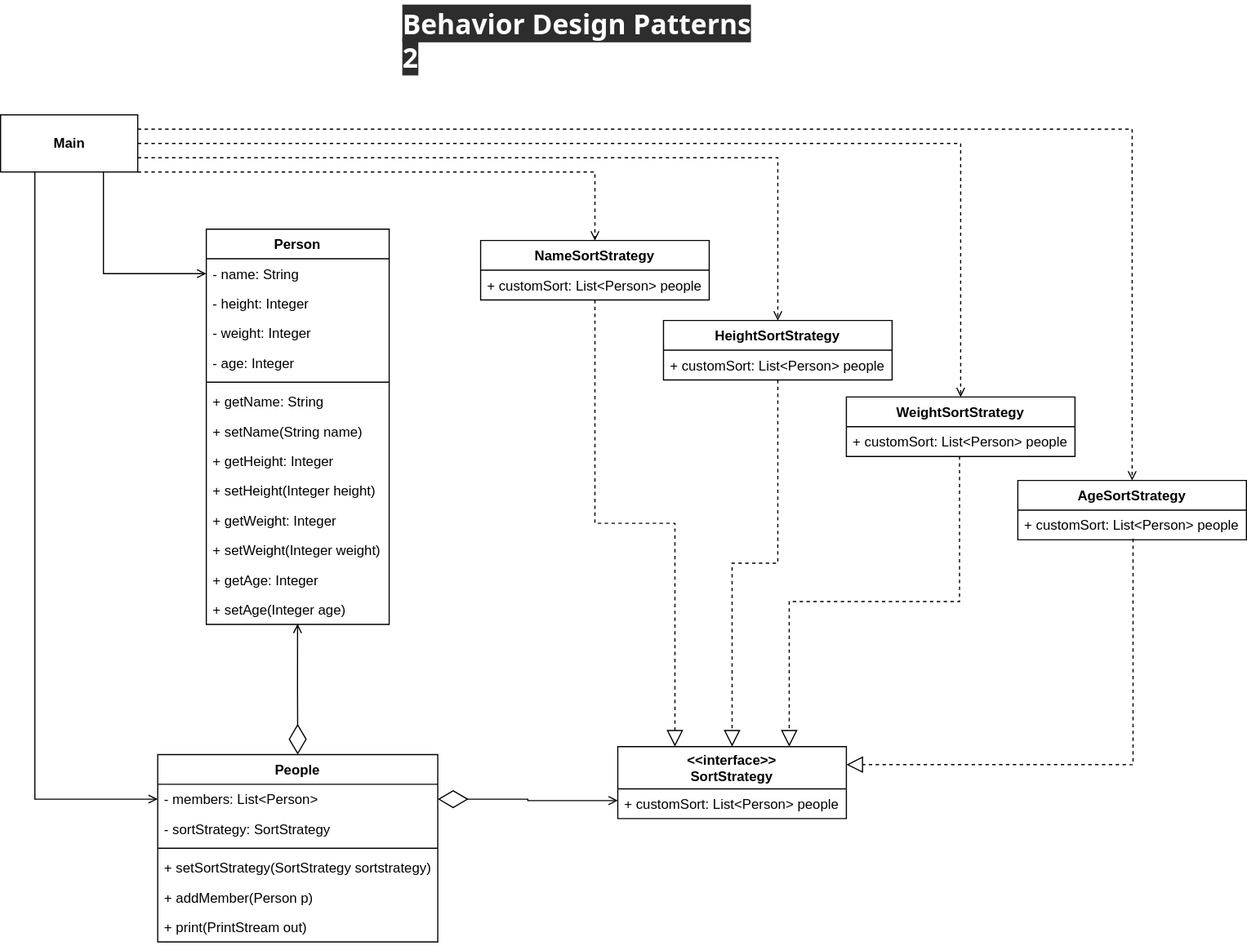
dnrecording/SAD keeps this draw.io diagram as SoftArchDesign#4/Behavior Design Patterns 2.drawio.svg. Above is the earlier version. Source tidied: cells renumbered, new cells last; positions are measured from the earlier drawing's top-left corner, leaving out a move shared by most shapes.
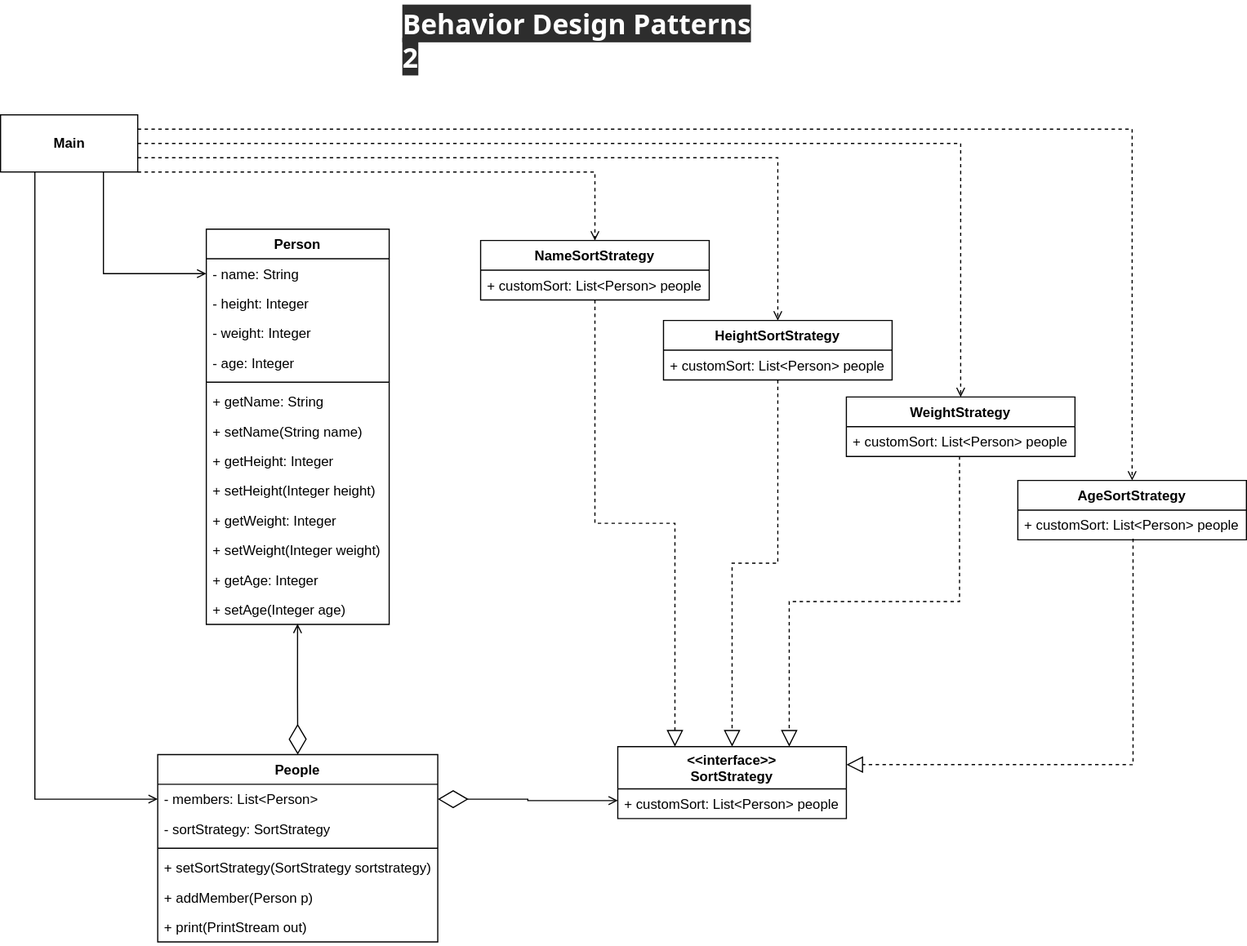
The same file after the commit.

The edit, as a diff of the source:
```diff
@@ -11,7 +11,7 @@
     <mxCell id="4" value="+ customSort: List&lt;Person&gt; people" style="text;strokeColor=none;fillColor=none;align=left;verticalAlign=top;spacingLeft=4;spacingRight=4;overflow=hidden;" parent="3" vertex="1">
       <mxGeometry y="37" width="200" height="26" as="geometry" />
     </mxCell>
-    <mxCell id="5" value="WeightSortStrategy" style="swimlane;fontStyle=1;horizontal=1;startSize=26;fillColor=none;" parent="1" vertex="1">
+    <mxCell id="5" value="WeightStrategy" style="swimlane;fontStyle=1;horizontal=1;startSize=26;fillColor=none;" parent="1" vertex="1">
       <mxGeometry x="740" y="347" width="200" height="52" as="geometry" />
     </mxCell>
     <mxCell id="6" value="+ customSort: List&lt;Person&gt; people" style="text;strokeColor=none;fillColor=none;align=left;verticalAlign=top;spacingLeft=4;spacingRight=4;overflow=hidden;points=[[0,0.5],[1,0.5]];portConstraint=eastwest;" parent="5" vertex="1">
```
